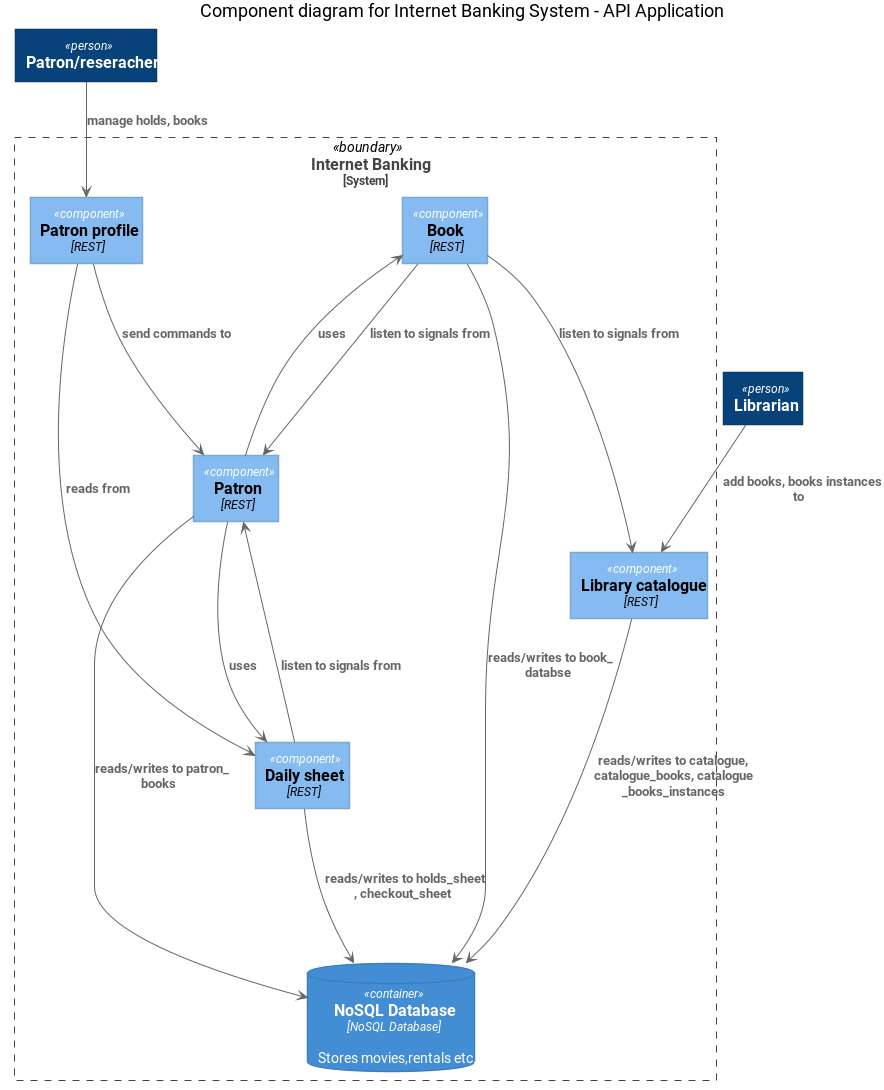
The PlantUML diagram doc/modules.png in mwwojcik/mw-ddd-by-examples-library, before a commit.
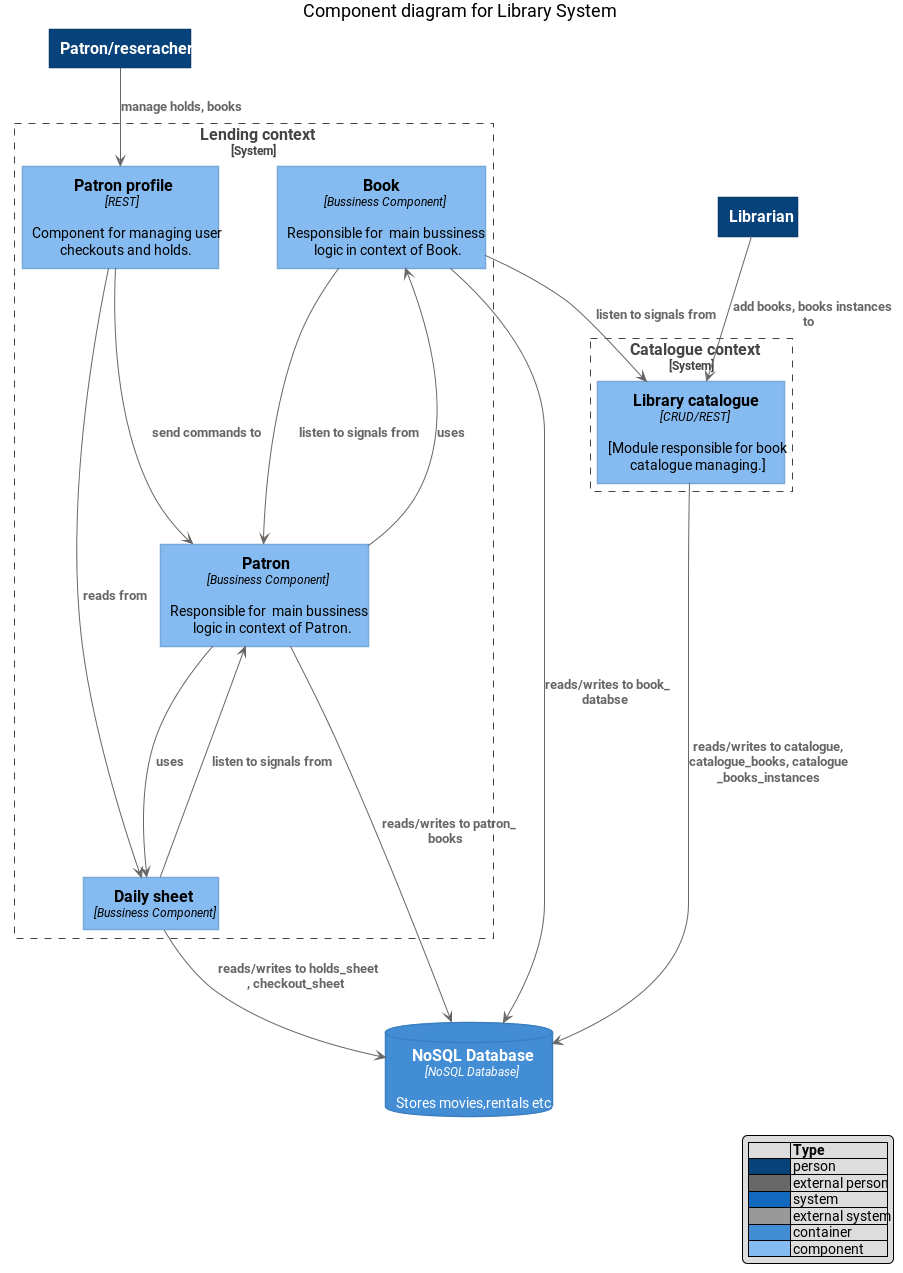
Above is the later version.

What changed in the source:
```diff
@@ -155,40 +155,56 @@
 
 
 
-title Component diagram for Internet Banking System - API Application
+title Component diagram for Library System
+
+hide stereotype
+legend right
+|=              |= Type |
+|<#08427B>      | person |
+|<#686868>      | external person |
+|<#1168BD>   | system |
+|<#999999>      | external system |
+|<#438DD5>   | container |
+|<#85BBF0>   | component |
+endlegend
+top to bottom direction
 
 
-rectangle "==Patron/reseracher" <<person>> as patron
+rectangle "==Patron/reseracher" <<person>> as user
 rectangle "==Librarian" <<person>> as librarian
 
-rectangle "==Internet Banking\n<size:12>[System]</size>" <<boundary>> as c1 {
-
-rectangle "==Book\n//<size:12>[REST]</size>//" <<component>> as book
-rectangle "==Library catalogue\n//<size:12>[REST]</size>//" <<component>> as catalogue
-rectangle "==Patron profile\n//<size:12>[REST]</size>//" <<component>> as patron_profile
-rectangle "==Daily sheet\n//<size:12>[REST]</size>//" <<component>> as daily_sheet
-rectangle "==Patron\n//<size:12>[REST]</size>//" <<component>> as patronmod
-database "==NoSQL Database\n//<size:12>[NoSQL Database]</size>//\n\n Stores movies,rentals etc." <<container>> as database
+rectangle "==Catalogue context\n<size:12>[System]</size>" <<boundary>> as c0 {
+rectangle "==Library catalogue\n//<size:12>[CRUD/REST]</size>//\n\n [Module responsible for book catalogue managing.]" <<component>> as catalogue
 }
 
+rectangle "==Lending context\n<size:12>[System]</size>" <<boundary>> as c1 {
+rectangle "==Book\n//<size:12>[Bussiness Component]</size>//\n\n Responsible for  main bussiness logic in context of Book." <<component>> as book
+rectangle "==Patron profile\n//<size:12>[REST]</size>//\n\n Component for managing user checkouts and holds." <<component>> as patron_profile
+rectangle "==Daily sheet\n//<size:12>[Bussiness Component]</size>//" <<component>> as daily_sheet
+rectangle "==Patron\n//<size:12>[Bussiness Component]</size>//\n\n Responsible for  main bussiness logic in context of Patron." <<component>> as patron
+}
+
+database "==NoSQL Database\n//<size:12>[NoSQL Database]</size>//\n\n Stores movies,rentals etc." <<container>> as database
+
 librarian --> catalogue : "===add books, books instances to"
-patron --> patron_profile : "===manage holds, books"
+user --> patron_profile : "===manage holds, books"
 
 patron_profile --> daily_sheet : "===reads from"
-patron_profile --> patronmod : "===send commands to"
+patron_profile --> patron : "===send commands to"
 
-patronmod --> daily_sheet : "===uses"
+patron --> daily_sheet : "===uses"
 book --> catalogue : "===listen to signals from"
 
-patronmod --> database : "===reads/writes to patron_books"
+patron --> database : "===reads/writes to patron_books"
 book --> database : "===reads/writes to book_databse"
 
 daily_sheet --> database : "===reads/writes to holds_sheet, checkout_sheet"
 
-book --> patronmod : "===listen to signals from"
-patronmod --> book : "===uses"
-daily_sheet --> patronmod : "===listen to signals from"
+book --> patron : "===listen to signals from"
+patron --> book : "===uses"
+daily_sheet --> patron : "===listen to signals from"
 
 
 catalogue --> database : "===reads/writes to catalogue, catalogue_books, catalogue_books_instances"
+
 @enduml
```
